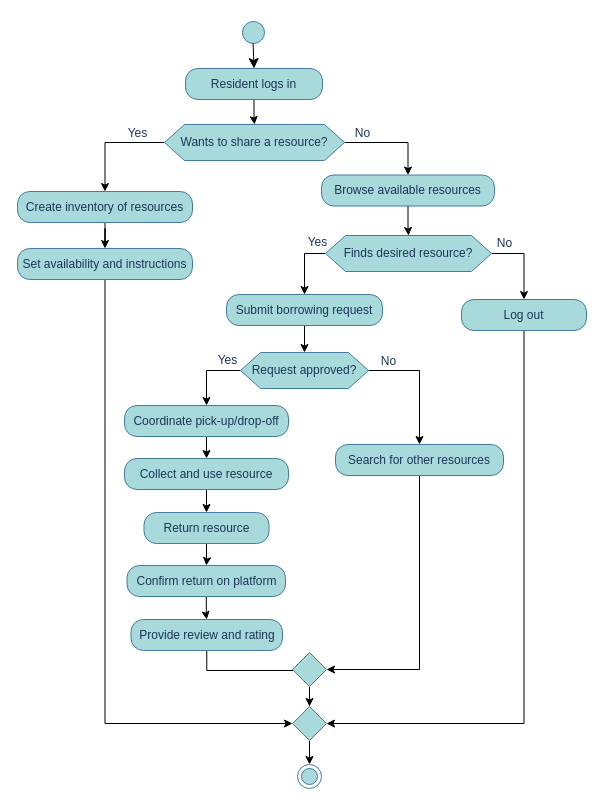
Above: dddDiagram.drawio in Hoshmand01/fyp (draw.io), before the change. Source tidied: cells renumbered, new cells numbered last; positions are measured from the earlier drawing's top-left corner, leaving out a move shared by most shapes. Both pictures are drawn from the tidied source at 100%, with x=0, y=0 at pixel (17, 17).
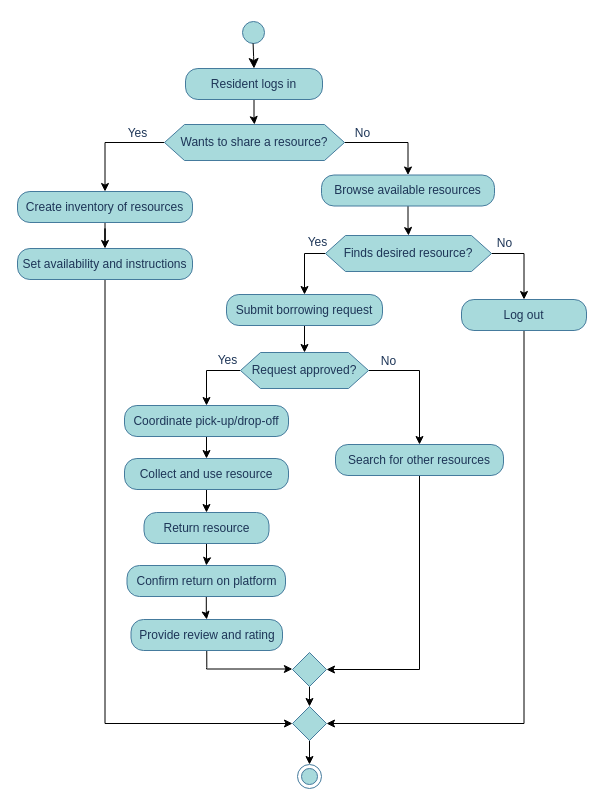
The same page after the edit.

The change refers to these unchanged cells:
```xml
<mxCell id="39" value="Provide review and rating" style="rounded=1;whiteSpace=wrap;html=1;arcSize=40;fontColor=#1D3557;fillColor=#A8DADC;strokeColor=#457B9D;labelBackgroundColor=none;" parent="1" vertex="1">
  <mxGeometry x="113.5" y="602" width="151.5" height="31" as="geometry" />
</mxCell>
<mxCell id="41" style="rhombus;whiteSpace=wrap;html=1;strokeColor=#457B9D;fontColor=#1D3557;fillColor=#A8DADC;labelBackgroundColor=none;" parent="1" vertex="1">
  <mxGeometry x="275" y="635" width="34" height="34" as="geometry" />
</mxCell>
```

The edit, as a diff of the source:
```diff
@@
-    <mxCell id="38" style="edgeStyle=orthogonalEdgeStyle;rounded=0;jettySize=auto;html=1;entryX=0;entryY=0.5;entryDx=0;entryDy=0;exitX=0.5;exitY=1;exitDx=0;exitDy=0;" parent="1" edge="1" source="39" target="41">
-      <mxGeometry relative="1" as="geometry" />
-    </mxCell>
+    <mxCell id="48" style="edgeStyle=orthogonalEdgeStyle;rounded=0;jettySize=auto;html=1;exitX=0.5;exitY=1;exitDx=0;exitDy=0;" parent="1" edge="1" source="39">
+      <mxGeometry relative="1" as="geometry">
+        <mxPoint x="274.9" y="651.5" as="targetPoint" />
+        <Array as="points">
+          <mxPoint x="189" y="650" />
+          <mxPoint x="189" y="652" />
+        </Array>
+      </mxGeometry>
+    </mxCell>
```
